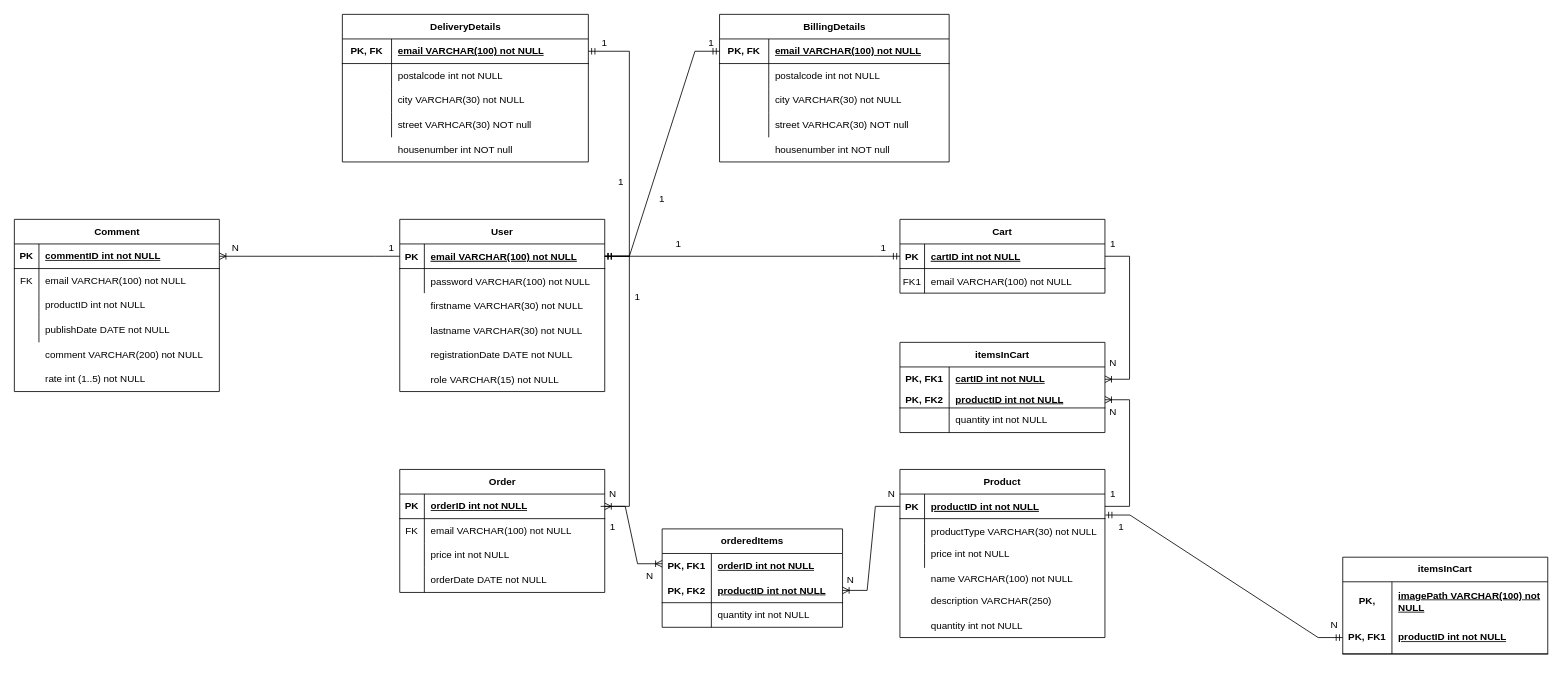
zdenko-gera/apple-webshop keeps this draw.io diagram as diagramok/Database-Relational-Schema.drawio. Above is the earlier version. Source tidied: cells renumbered, new cells numbered last; positions are measured from the earlier drawing's top-left corner, leaving out a move shared by most shapes. Both pictures are drawn from the tidied source at 82%, with x=0, y=0 at pixel (14, 14).
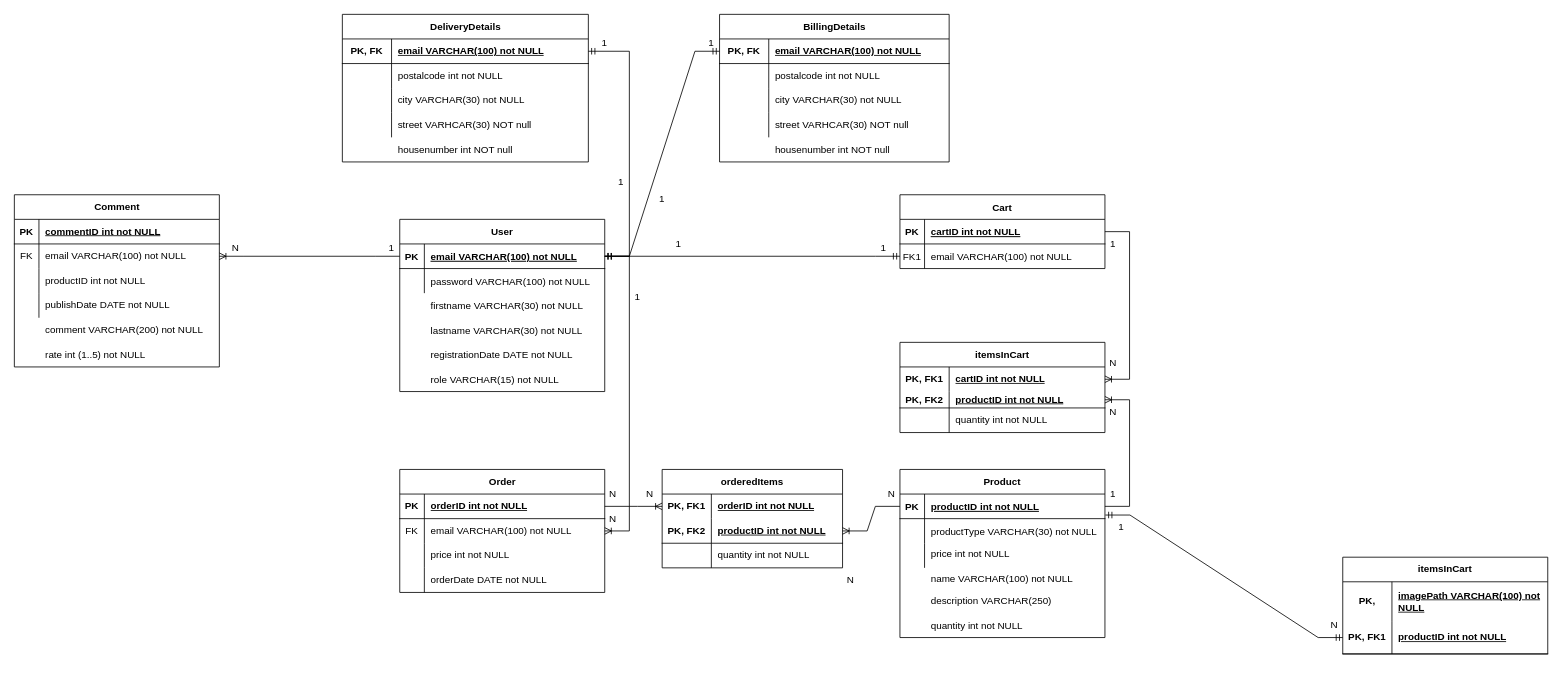
The same diagram, later.

Commit message (it also covers changes not shown here):
EK diagram és Adatbázisséma javítások

Unchanged cells that the change refers to:
```xml
<mxCell id="3" style="shape=partialRectangle;fillColor=none;points=[[0,0.5],[1,0.5]];portConstraint=eastwest;top=0;left=0;right=0;bottom=1;" parent="2" vertex="1">
  <mxGeometry y="30" width="250" height="30" as="geometry" />
</mxCell>
<mxCell id="6" style="shape=partialRectangle;fillColor=none;points=[[0,0.5],[1,0.5]];portConstraint=eastwest;top=0;left=0;right=0;bottom=0;" parent="2" vertex="1">
  <mxGeometry y="60" width="250" height="30" as="geometry" />
</mxCell>
<mxCell id="10" style="shape=partialRectangle;fillColor=none;points=[[0,0.5],[1,0.5]];portConstraint=eastwest;top=0;left=0;right=0;bottom=1;" parent="9" vertex="1">
  <mxGeometry y="30" width="250" height="30" as="geometry" />
</mxCell>
<mxCell id="47" style="shape=tableRow;horizontal=0;startSize=0;swimlaneHead=0;swimlaneBody=0;fillColor=none;points=[[0,0.5],[1,0.5]];portConstraint=eastwest;top=0;left=0;right=0;bottom=1;" parent="46" vertex="1">
  <mxGeometry y="30" width="250" height="30" as="geometry" />
</mxCell>
<mxCell id="50" style="shape=tableRow;horizontal=0;startSize=0;swimlaneHead=0;swimlaneBody=0;fillColor=none;points=[[0,0.5],[1,0.5]];portConstraint=eastwest;top=0;left=0;right=0;bottom=0;" parent="46" vertex="1">
  <mxGeometry y="60" width="250" height="30" as="geometry" />
</mxCell>
<mxCell id="60" style="shape=tableRow;horizontal=0;startSize=0;swimlaneHead=0;swimlaneBody=0;fillColor=none;points=[[0,0.5],[1,0.5]];portConstraint=eastwest;top=0;left=0;right=0;bottom=0;html=1;" parent="59" vertex="1">
  <mxGeometry y="30" width="220" height="30" as="geometry" />
</mxCell>
<mxCell id="70" style="shape=tableRow;horizontal=0;startSize=0;swimlaneHead=0;swimlaneBody=0;fillColor=none;points=[[0,0.5],[1,0.5]];portConstraint=eastwest;top=0;left=0;right=0;bottom=1;" parent="69" vertex="1">
  <mxGeometry y="30" width="250" height="30" as="geometry" />
</mxCell>
<mxCell id="73" style="shape=tableRow;horizontal=0;startSize=0;swimlaneHead=0;swimlaneBody=0;fillColor=none;points=[[0,0.5],[1,0.5]];portConstraint=eastwest;top=0;left=0;right=0;bottom=0;" parent="69" vertex="1">
  <mxGeometry y="60" width="250" height="30" as="geometry" />
</mxCell>
<mxCell id="126" value="N" style="text;html=1;strokeColor=none;fillColor=none;align=center;verticalAlign=middle;whiteSpace=wrap;rounded=0;" parent="1" vertex="1">
  <mxGeometry x="700" y="570" width="60" height="30" as="geometry" />
</mxCell>
```

Diff of the diagram source:
```diff
@@
     <mxCell id="2" value="Cart" style="shape=table;startSize=30;childLayout=tableLayout;rowLines=0;fontStyle=1;align=center;" parent="1" vertex="1">
-      <mxGeometry x="1080" y="250" width="250" height="90" as="geometry" />
+      <mxGeometry x="1080" y="220" width="250" height="90" as="geometry" />
     </mxCell>
@@
     <mxCell id="59" value="orderedItems" style="shape=table;startSize=30;childLayout=tableLayout;rowLines=0;fontStyle=1;align=center;html=1;whiteSpace=wrap;" parent="1" vertex="1">
-      <mxGeometry x="790" y="627.5" width="220" height="120" as="geometry" />
+      <mxGeometry x="790" y="555" width="220" height="120" as="geometry" />
     </mxCell>
@@
     <mxCell id="69" value="Comment" style="shape=table;startSize=30;childLayout=tableLayout;rowLines=0;fontStyle=1;align=center;html=1;" parent="1" vertex="1">
-      <mxGeometry y="250" width="250" height="210" as="geometry" />
+      <mxGeometry y="220" width="250" height="210" as="geometry" />
     </mxCell>
@@
     <mxCell id="82" value="comment VARCHAR(200) not NULL" style="shape=partialRectangle;fillColor=none;top=0;left=0;bottom=0;right=0;align=left;spacingLeft=6;overflow=hidden;whiteSpace=wrap;html=1;" parent="1" vertex="1">
-      <mxGeometry x="30" y="400" width="220" height="30" as="geometry" />
+      <mxGeometry x="30" y="370" width="220" height="30" as="geometry" />
     </mxCell>
     <mxCell id="83" value="rate int (1..5) not NULL" style="shape=partialRectangle;fillColor=none;top=0;left=0;bottom=0;right=0;align=left;spacingLeft=6;overflow=hidden;whiteSpace=wrap;html=1;" parent="1" vertex="1">
-      <mxGeometry x="30" y="430" width="220" height="30" as="geometry" />
+      <mxGeometry x="30" y="400" width="220" height="30" as="geometry" />
     </mxCell>
-    <mxCell id="84" style="edgeStyle=entityRelationEdgeStyle;fontSize=12;html=1;endArrow=ERmandOne;startArrow=ERmandOne;rounded=0;entryX=0;entryY=0.5;entryDx=0;entryDy=0;exitX=1;exitY=0.5;exitDx=0;exitDy=0;" parent="1" edge="1" source="10" target="3">
+    <mxCell id="84" style="edgeStyle=entityRelationEdgeStyle;fontSize=12;html=1;endArrow=ERmandOne;startArrow=ERmandOne;rounded=0;exitX=1;exitY=0.5;exitDx=0;exitDy=0;" parent="1" edge="1" source="10" target="6">
       <mxGeometry relative="1" as="geometry" />
     </mxCell>
-    <mxCell id="85" style="edgeStyle=entityRelationEdgeStyle;fontSize=12;html=1;endArrow=ERoneToMany;rounded=0;entryX=1;entryY=0.5;entryDx=0;entryDy=0;exitX=1;exitY=0.5;exitDx=0;exitDy=0;" parent="1" edge="1" source="10" target="47">
+    <mxCell id="85" style="edgeStyle=entityRelationEdgeStyle;fontSize=12;html=1;endArrow=ERoneToMany;rounded=0;exitX=1;exitY=0.5;exitDx=0;exitDy=0;" parent="1" edge="1" source="10" target="50">
       <mxGeometry relative="1" as="geometry" />
     </mxCell>
-    <mxCell id="86" style="edgeStyle=entityRelationEdgeStyle;fontSize=12;html=1;endArrow=ERoneToMany;rounded=0;entryX=1;entryY=0.5;entryDx=0;entryDy=0;exitX=0;exitY=0.5;exitDx=0;exitDy=0;" parent="1" edge="1" source="10" target="70">
+    <mxCell id="86" style="edgeStyle=entityRelationEdgeStyle;fontSize=12;html=1;endArrow=ERoneToMany;rounded=0;exitX=0;exitY=0.5;exitDx=0;exitDy=0;" parent="1" edge="1" source="10" target="73">
       <mxGeometry relative="1" as="geometry" />
     </mxCell>
@@
-    <mxCell id="129" value="1" style="text;html=1;strokeColor=none;fillColor=none;align=center;verticalAlign=middle;whiteSpace=wrap;rounded=0;" parent="1" vertex="1">
-      <mxGeometry x="700" y="610" width="60" height="30" as="geometry" />
-    </mxCell>
     <mxCell id="130" value="N" style="text;html=1;strokeColor=none;fillColor=none;align=center;verticalAlign=middle;whiteSpace=wrap;rounded=0;" parent="1" vertex="1">
-      <mxGeometry x="745" y="670" width="60" height="30" as="geometry" />
+      <mxGeometry x="700" y="600" width="60" height="30" as="geometry" />
     </mxCell>
-    <mxCell id="131" style="edgeStyle=entityRelationEdgeStyle;fontSize=12;html=1;endArrow=ERoneToMany;rounded=0;exitX=0.25;exitY=1;exitDx=0;exitDy=0;entryX=0.75;entryY=0;entryDx=0;entryDy=0;" parent="1" edge="1" source="126" target="130">
+    <mxCell id="131" style="edgeStyle=entityRelationEdgeStyle;fontSize=12;html=1;endArrow=ERoneToMany;rounded=0;" parent="1" edge="1" source="47" target="60">
       <mxGeometry relative="1" as="geometry" />
     </mxCell>
@@
+    <mxCell id="150" value="N" style="text;html=1;strokeColor=none;fillColor=none;align=center;verticalAlign=middle;whiteSpace=wrap;rounded=0;" parent="1" vertex="1">
+      <mxGeometry x="745" y="570" width="60" height="30" as="geometry" />
+    </mxCell>
```
